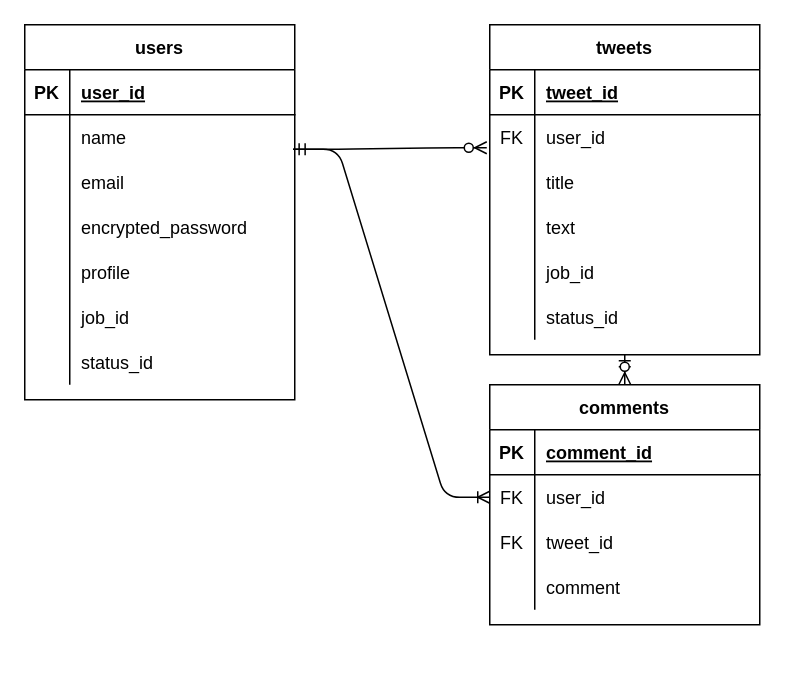
Earlier version of the draw.io diagram motivate.dio (kanou7/motivate). Source tidied: cells renumbered, new cells numbered last; positions are measured from the earlier drawing's top-left corner, leaving out a move shared by most shapes. Both pictures are drawn from the tidied source at 150%, with x=0, y=0 at pixel (24, 24).
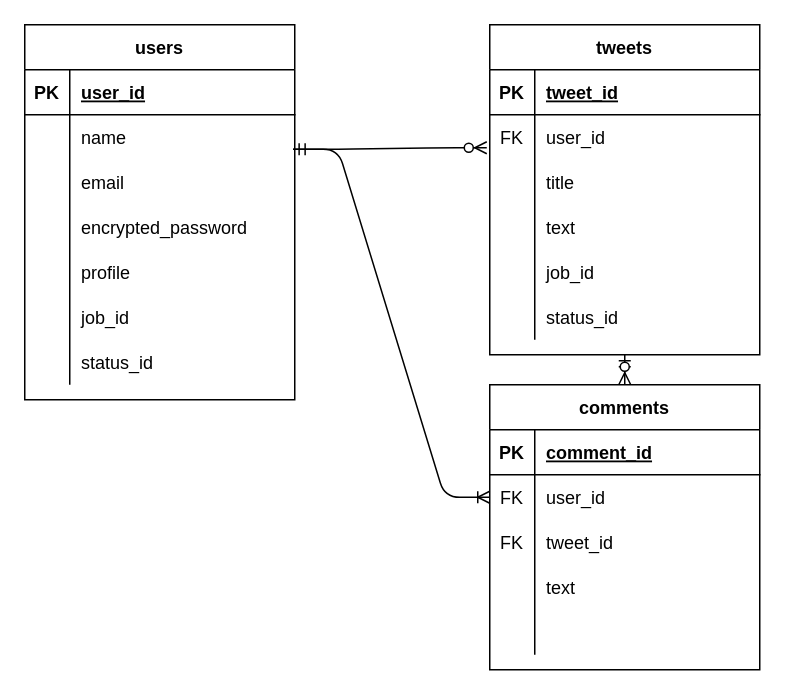
The same page after the edit.

The change refers to these unchanged cells:
```xml
<mxCell id="54" style="shape=partialRectangle;fillColor=none;top=0;left=0;bottom=0;right=0;" parent="44" vertex="1">
  <mxGeometry y="120" width="180" height="30" as="geometry" />
</mxCell>
```

Diff of the diagram source:
```diff
@@
     <mxCell id="44" value="comments" style="shape=table;startSize=30;childLayout=tableLayout;rowLines=0;fontStyle=1;align=center;" parent="1" vertex="1">
-      <mxGeometry x="310" y="240" width="180" height="160" as="geometry" />
+      <mxGeometry x="310" y="240" width="180" height="190" as="geometry" />
     </mxCell>
@@
-    <mxCell id="56" value="comment" style="shape=partialRectangle;fillColor=none;top=0;left=0;bottom=0;right=0;align=left;spacingLeft=6;overflow=hidden;" parent="54" vertex="1">
+    <mxCell id="56" value="text" style="shape=partialRectangle;fillColor=none;top=0;left=0;bottom=0;right=0;align=left;spacingLeft=6;overflow=hidden;" parent="54" vertex="1">
       <mxGeometry x="30" width="150" height="30" as="geometry" />
     </mxCell>
+    <mxCell id="59" style="shape=partialRectangle;fillColor=none;top=0;left=0;bottom=0;right=0;" parent="44" vertex="1">
+      <mxGeometry y="150" width="180" height="30" as="geometry" />
+    </mxCell>
+    <mxCell id="60" style="shape=partialRectangle;fillColor=none;top=0;left=0;bottom=0;right=0;overflow=hidden;" parent="59" vertex="1">
+      <mxGeometry width="30" height="30" as="geometry" />
+    </mxCell>
+    <mxCell id="61" style="shape=partialRectangle;fillColor=none;top=0;left=0;bottom=0;right=0;align=left;spacingLeft=6;overflow=hidden;" parent="59" vertex="1">
+      <mxGeometry x="30" width="150" height="30" as="geometry" />
+    </mxCell>
```
